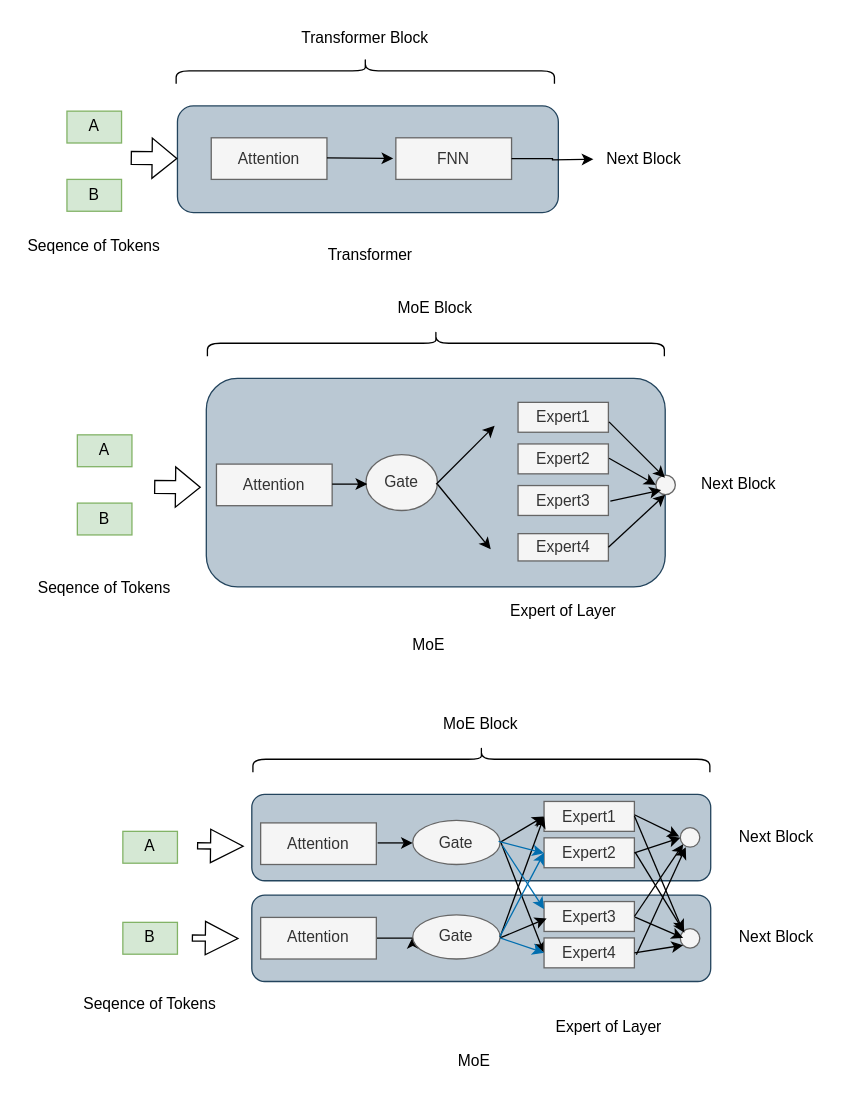
HanYang1385/Master-Thesis keeps this draw.io diagram as EdgeMoE.drawio. Above is the earlier version. Source tidied: cells renumbered, new cells numbered last; positions are measured from the earlier drawing's top-left corner, leaving out a move shared by most shapes. Both pictures are drawn from the tidied source at 130%, with x=0, y=0 at pixel (22, -118).
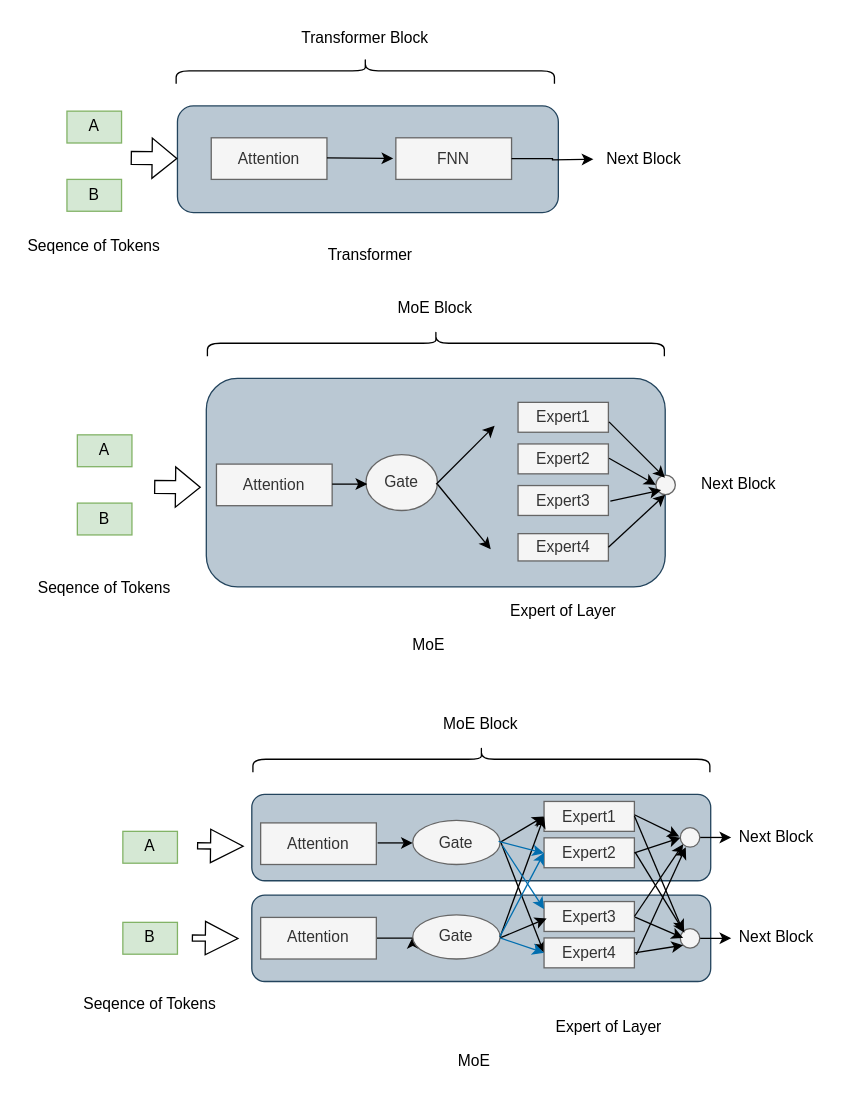
The same page after the edit.

The change refers to these unchanged cells:
```xml
<mxCell id="46" value="Next Block" style="text;html=1;strokeColor=none;fillColor=none;align=center;verticalAlign=middle;whiteSpace=wrap;rounded=0;" parent="1" vertex="1">
  <mxGeometry x="545" y="723.5" width="70" height="22.5" as="geometry" />
</mxCell>
<mxCell id="57" style="ellipse;whiteSpace=wrap;html=1;fillColor=#f5f5f5;fontColor=#333333;strokeColor=#666666;" parent="1" vertex="1">
  <mxGeometry x="505.8" y="727.2" width="15" height="15" as="geometry" />
</mxCell>
<mxCell id="72" style="ellipse;whiteSpace=wrap;html=1;fillColor=#f5f5f5;fontColor=#333333;strokeColor=#666666;" parent="1" vertex="1">
  <mxGeometry x="505.8" y="804.8" width="15" height="15" as="geometry" />
</mxCell>
<mxCell id="73" value="Next Block" style="text;html=1;strokeColor=none;fillColor=none;align=center;verticalAlign=middle;whiteSpace=wrap;rounded=0;" parent="1" vertex="1">
  <mxGeometry x="545" y="801" width="70" height="22.5" as="geometry" />
</mxCell>
```

What changed in the source:
```diff
@@
+    <mxCell id="82" style="edgeStyle=orthogonalEdgeStyle;rounded=0;jettySize=auto;html=1;exitX=1;exitY=0.5;exitDx=0;exitDy=0;entryX=0;entryY=0.5;entryDx=0;entryDy=0;" parent="1" edge="1" source="57" target="46">
+      <mxGeometry relative="1" as="geometry" />
+    </mxCell>
@@
+    <mxCell id="83" style="edgeStyle=orthogonalEdgeStyle;rounded=0;jettySize=auto;html=1;exitX=1;exitY=0.5;exitDx=0;exitDy=0;entryX=0;entryY=0.5;entryDx=0;entryDy=0;" parent="1" edge="1" source="72" target="73">
+      <mxGeometry relative="1" as="geometry" />
+    </mxCell>
```
